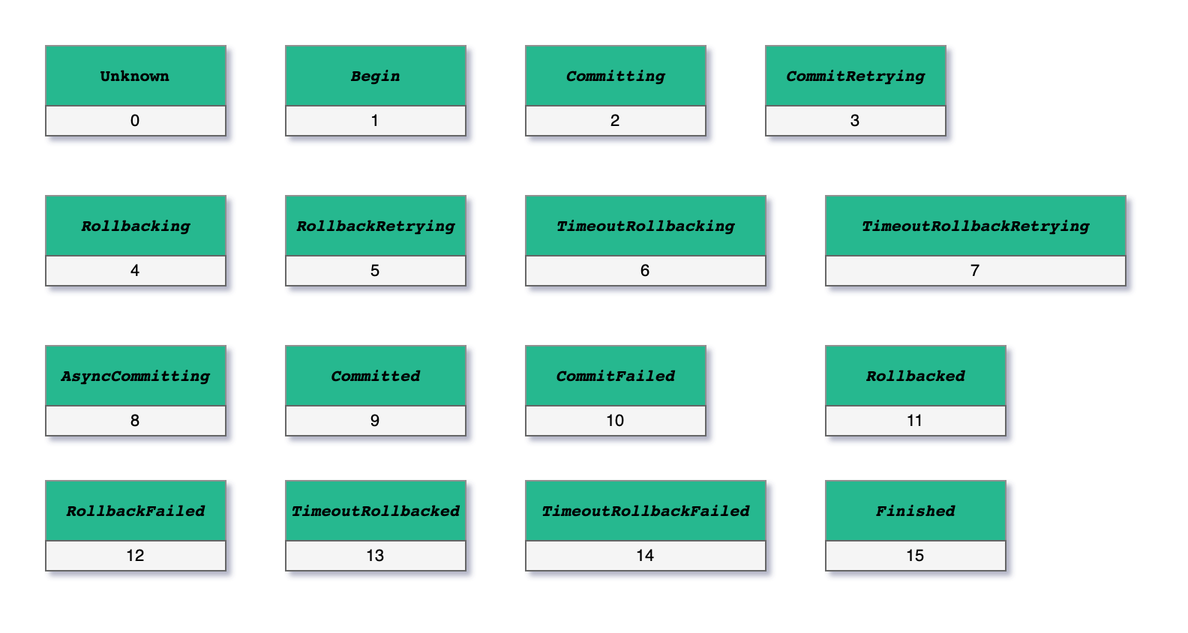
The draw.io diagram seata/images/seata-GlobalStatus.png in web1992/read, before a commit. Source tidied: cells renumbered, new cells last; positions are measured from the earlier drawing's top-left corner, leaving out a move shared by most shapes.
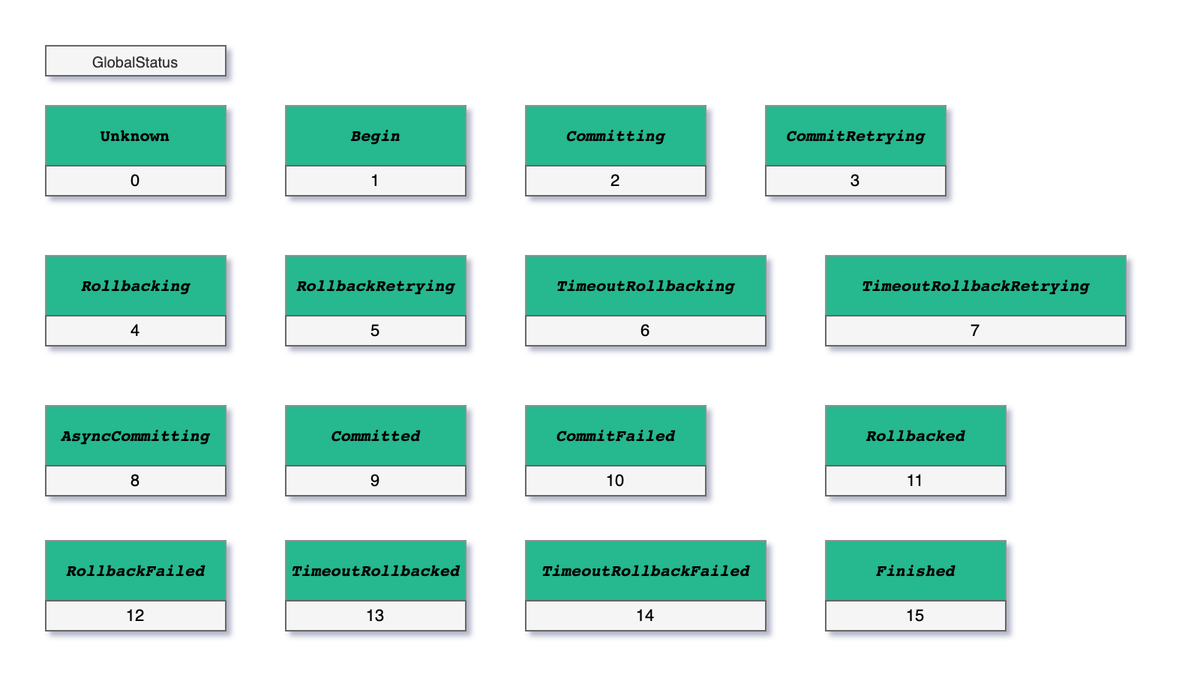
The same diagram one commit later.

Commit message:
add seata imgaes

Diff of the diagram source:
```diff
@@ -98,5 +98,8 @@
     <mxCell id="33" value="15" style="text;html=1;strokeColor=#666666;fillColor=#f5f5f5;align=center;verticalAlign=middle;whiteSpace=wrap;rounded=0;labelBackgroundColor=none;fontSize=11;" parent="1" vertex="1">
       <mxGeometry x="520" y="330" width="120" height="20" as="geometry" />
     </mxCell>
+    <mxCell id="34" value="GlobalStatus" style="text;html=1;strokeColor=#666666;fillColor=#f5f5f5;align=center;verticalAlign=middle;whiteSpace=wrap;rounded=0;labelBackgroundColor=none;fontSize=10;fontColor=#333333;" parent="1" vertex="1">
+      <mxGeometry y="-40" width="120" height="20" as="geometry" />
+    </mxCell>
   </root>
 </mxGraphModel>
```
